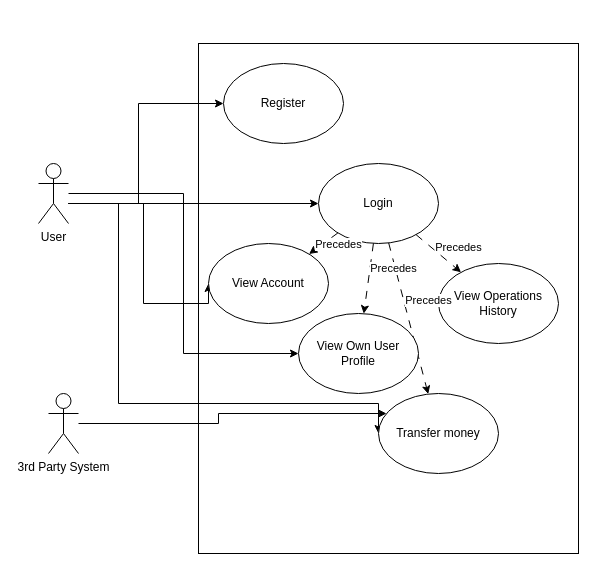
This is docs/use_cases.drawio from tomaszbk/fastapi-bank-web-application, a draw.io file, before an edit. Source tidied: cells renumbered, new cells numbered last; positions are measured from the earlier drawing's top-left corner, leaving out a move shared by most shapes. Both pictures are drawn from the tidied source at 100%, with x=0, y=0 at pixel (38, 43).
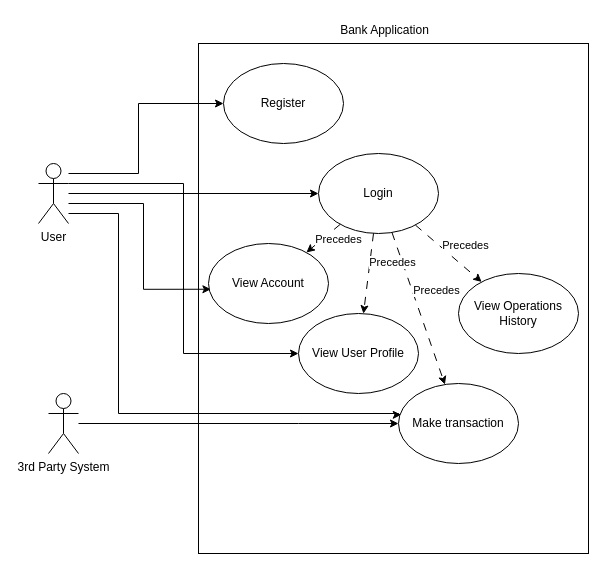
After the change.

Unchanged cells that the change refers to:
```xml
<mxCell id="8" value="User" style="shape=umlActor;verticalLabelPosition=bottom;verticalAlign=top;html=1;outlineConnect=0;" parent="1" vertex="1">
  <mxGeometry y="120" width="30" height="60" as="geometry" />
</mxCell>
<mxCell id="9" value="Register" style="ellipse;whiteSpace=wrap;html=1;" parent="1" vertex="1">
  <mxGeometry x="185" y="20" width="120" height="80" as="geometry" />
</mxCell>
<mxCell id="12" value="View Account" style="ellipse;whiteSpace=wrap;html=1;" parent="1" vertex="1">
  <mxGeometry x="170" y="200" width="120" height="80" as="geometry" />
</mxCell>
<mxCell id="21" value="3rd Party System" style="shape=umlActor;verticalLabelPosition=bottom;verticalAlign=top;html=1;outlineConnect=0;" parent="1" vertex="1">
  <mxGeometry x="10" y="350" width="30" height="60" as="geometry" />
</mxCell>
```

The edit, as a diff of the source:
```diff
@@
     <mxCell id="2" style="rounded=0;whiteSpace=wrap;html=1;" parent="1" vertex="1">
-      <mxGeometry x="160" width="380" height="510" as="geometry" />
+      <mxGeometry x="160" width="390" height="510" as="geometry" />
     </mxCell>
-    <mxCell id="3" style="edgeStyle=orthogonalEdgeStyle;rounded=0;jettySize=auto;html=1;entryX=0;entryY=0.5;entryDx=0;entryDy=0;" parent="1" edge="1" source="8" target="10">
+    <mxCell id="3" style="edgeStyle=orthogonalEdgeStyle;rounded=0;jettySize=auto;html=1;entryX=0.023;entryY=0.391;entryDx=0;entryDy=0;entryPerimeter=0;" parent="1" edge="1" source="8" target="10">
       <mxGeometry relative="1" as="geometry">
         <Array as="points">
-          <mxPoint x="80" y="160" />
-          <mxPoint x="80" y="360" />
+          <mxPoint x="80" y="170" />
+          <mxPoint x="80" y="370" />
+          <mxPoint x="360" y="370" />
+          <mxPoint x="360" y="371" />
         </Array>
       </mxGeometry>
     </mxCell>
-    <mxCell id="4" style="edgeStyle=orthogonalEdgeStyle;rounded=0;jettySize=auto;html=1;entryX=0;entryY=0.5;entryDx=0;entryDy=0;" parent="1" edge="1" source="8" target="12">
+    <mxCell id="4" style="edgeStyle=orthogonalEdgeStyle;rounded=0;jettySize=auto;html=1;entryX=0.02;entryY=0.572;entryDx=0;entryDy=0;entryPerimeter=0;" parent="1" edge="1" source="8" target="12">
       <mxGeometry relative="1" as="geometry">
         <Array as="points">
           <mxPoint x="105" y="160" />
-          <mxPoint x="105" y="260" />
+          <mxPoint x="105" y="246" />
         </Array>
       </mxGeometry>
     </mxCell>
     <mxCell id="5" style="edgeStyle=orthogonalEdgeStyle;rounded=0;jettySize=auto;html=1;" parent="1" edge="1" source="8" target="11">
       <mxGeometry relative="1" as="geometry">
         <Array as="points">
-          <mxPoint x="90" y="160" />
-          <mxPoint x="90" y="160" />
+          <mxPoint x="160" y="150" />
+          <mxPoint x="160" y="150" />
         </Array>
       </mxGeometry>
     </mxCell>
     <mxCell id="6" style="edgeStyle=orthogonalEdgeStyle;rounded=0;jettySize=auto;html=1;entryX=0;entryY=0.5;entryDx=0;entryDy=0;" parent="1" edge="1" source="8" target="9">
       <mxGeometry relative="1" as="geometry">
         <Array as="points">
-          <mxPoint x="100" y="160" />
+          <mxPoint x="100" y="130" />
           <mxPoint x="100" y="60" />
         </Array>
       </mxGeometry>
     </mxCell>
     <mxCell id="7" style="edgeStyle=orthogonalEdgeStyle;rounded=0;jettySize=auto;html=1;entryX=0;entryY=0.5;entryDx=0;entryDy=0;" parent="1" edge="1" source="8" target="22">
-      <mxGeometry relative="1" as="geometry" />
+      <mxGeometry relative="1" as="geometry">
+        <Array as="points">
+          <mxPoint x="145" y="140" />
+          <mxPoint x="145" y="310" />
+        </Array>
+      </mxGeometry>
     </mxCell>
@@
-    <mxCell id="10" value="Transfer money" style="ellipse;whiteSpace=wrap;html=1;" parent="1" vertex="1">
-      <mxGeometry x="340" y="350" width="120" height="80" as="geometry" />
+    <mxCell id="10" value="Make transaction" style="ellipse;whiteSpace=wrap;html=1;" parent="1" vertex="1">
+      <mxGeometry x="360" y="340" width="120" height="80" as="geometry" />
     </mxCell>
     <mxCell id="11" value="Login" style="ellipse;whiteSpace=wrap;html=1;" parent="1" vertex="1">
-      <mxGeometry x="280" y="120" width="120" height="80" as="geometry" />
+      <mxGeometry x="280" y="110" width="120" height="80" as="geometry" />
     </mxCell>
@@
     <mxCell id="15" value="View Operations History" style="ellipse;whiteSpace=wrap;html=1;" parent="1" vertex="1">
-      <mxGeometry x="400" y="220" width="120" height="80" as="geometry" />
+      <mxGeometry x="420" y="230" width="120" height="80" as="geometry" />
     </mxCell>
@@
     <mxCell id="20" style="edgeStyle=orthogonalEdgeStyle;rounded=0;jettySize=auto;html=1;" parent="1" edge="1" source="21" target="10">
       <mxGeometry relative="1" as="geometry">
         <Array as="points">
-          <mxPoint x="180" y="380" />
-          <mxPoint x="180" y="370" />
+          <mxPoint x="260" y="380" />
+          <mxPoint x="260" y="380" />
         </Array>
       </mxGeometry>
     </mxCell>
@@
-    <mxCell id="22" value="View Own User Profile" style="ellipse;whiteSpace=wrap;html=1;" parent="1" vertex="1">
+    <mxCell id="22" value="View User Profile" style="ellipse;whiteSpace=wrap;html=1;" parent="1" vertex="1">
       <mxGeometry x="260" y="270" width="120" height="80" as="geometry" />
     </mxCell>
@@
+    <mxCell id="25" value="Bank Application" style="text;html=1;align=center;verticalAlign=middle;strokeColor=none;fillColor=none;" parent="1" vertex="1">
+      <mxGeometry x="291" y="-26" width="109" height="26" as="geometry" />
+    </mxCell>
```
